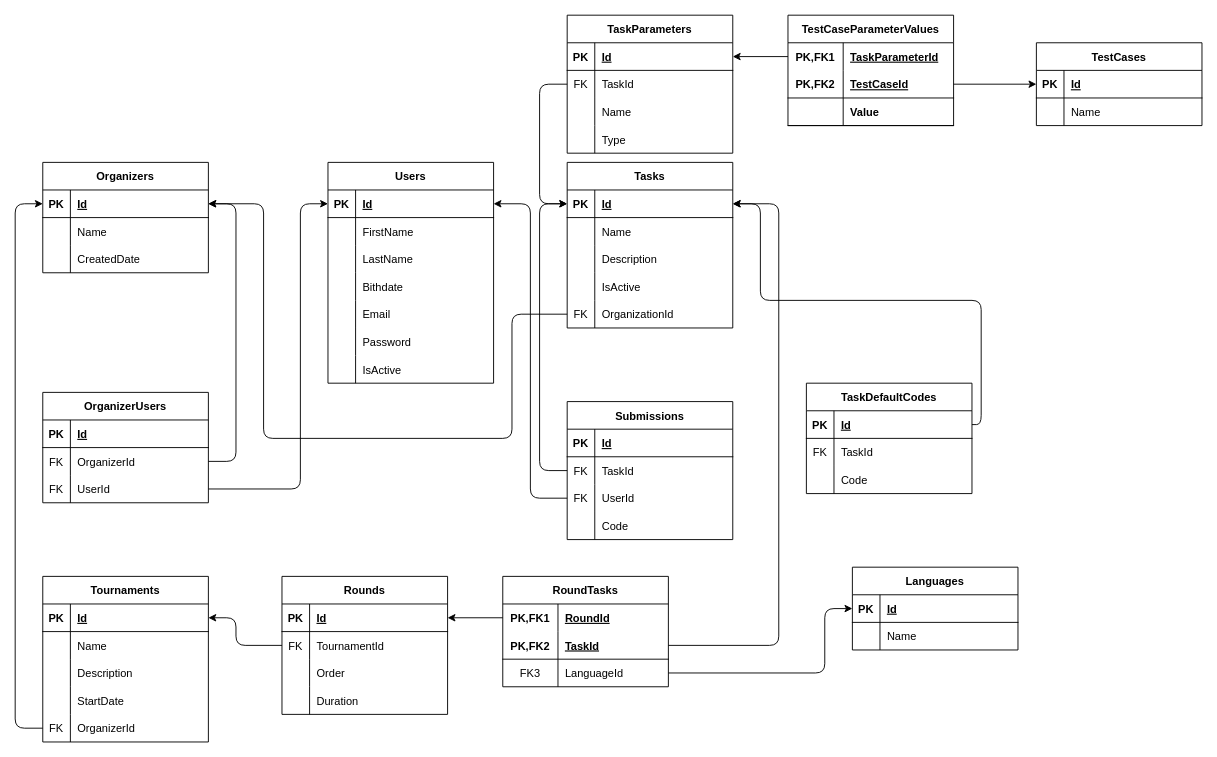
Earlier version of the draw.io diagram architecture.dio (MichaelRights/code-arena). Source tidied: cells renumbered, new cells numbered last; positions are measured from the earlier drawing's top-left corner, leaving out a move shared by most shapes. Both pictures are drawn from the tidied source at 92%, with x=0, y=0 at pixel (15, 15).
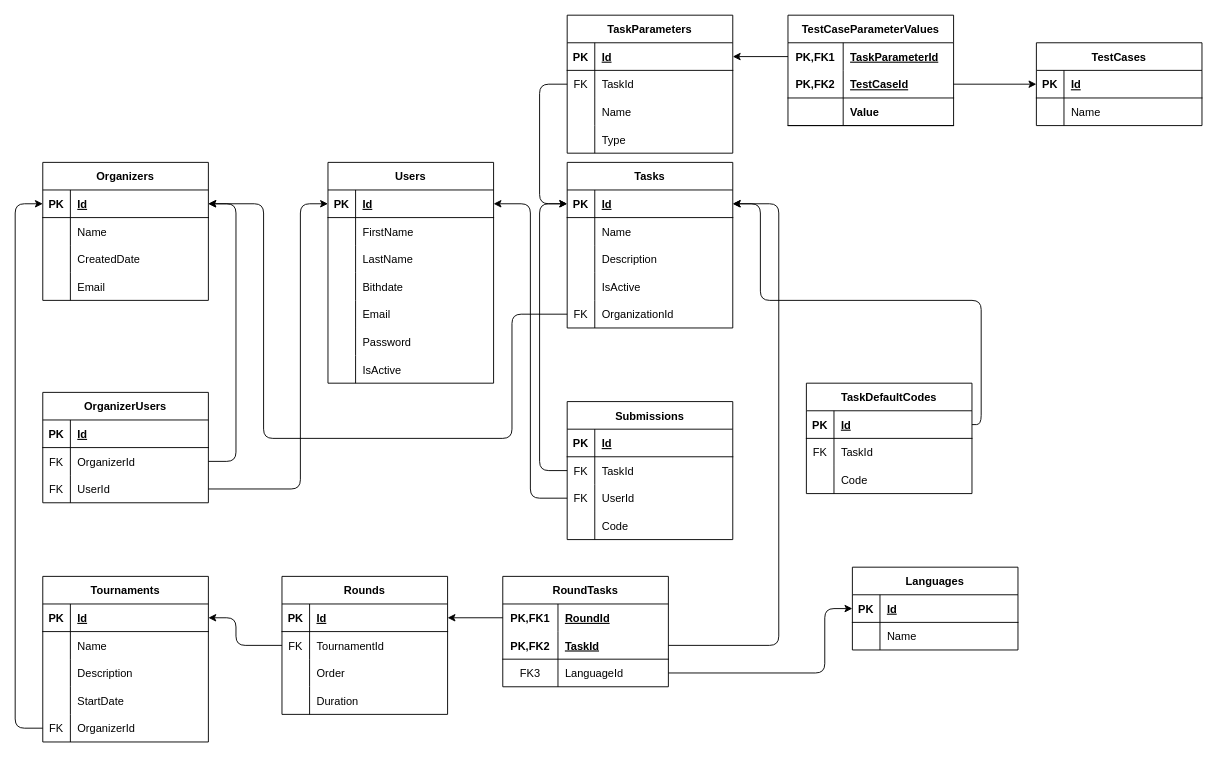
The same page after the edit.

What changed in the source:
```diff
@@
     <mxCell id="2" value="Organizers" style="shape=table;startSize=30;childLayout=tableLayout;rowLines=0;fontStyle=1;align=center;" parent="1" vertex="1">
-      <mxGeometry x="30" y="160" width="180" height="120" as="geometry" />
+      <mxGeometry x="30" y="160" width="180" height="150" as="geometry" />
     </mxCell>
@@
+    <mxCell id="173" style="shape=tableRow;horizontal=0;startSize=0;swimlaneHead=0;swimlaneBody=0;fillColor=none;top=0;left=0;right=0;bottom=0;" parent="2" vertex="1">
+      <mxGeometry y="120" width="180" height="30" as="geometry" />
+    </mxCell>
+    <mxCell id="174" style="shape=partialRectangle;fillColor=none;top=0;left=0;bottom=0;right=0;overflow=hidden;" parent="173" vertex="1">
+      <mxGeometry width="30" height="30" as="geometry" />
+    </mxCell>
+    <mxCell id="175" value="Email" style="shape=partialRectangle;fillColor=none;top=0;left=0;bottom=0;right=0;align=left;spacingLeft=6;overflow=hidden;" parent="173" vertex="1">
+      <mxGeometry x="30" width="150" height="30" as="geometry" />
+    </mxCell>
```
